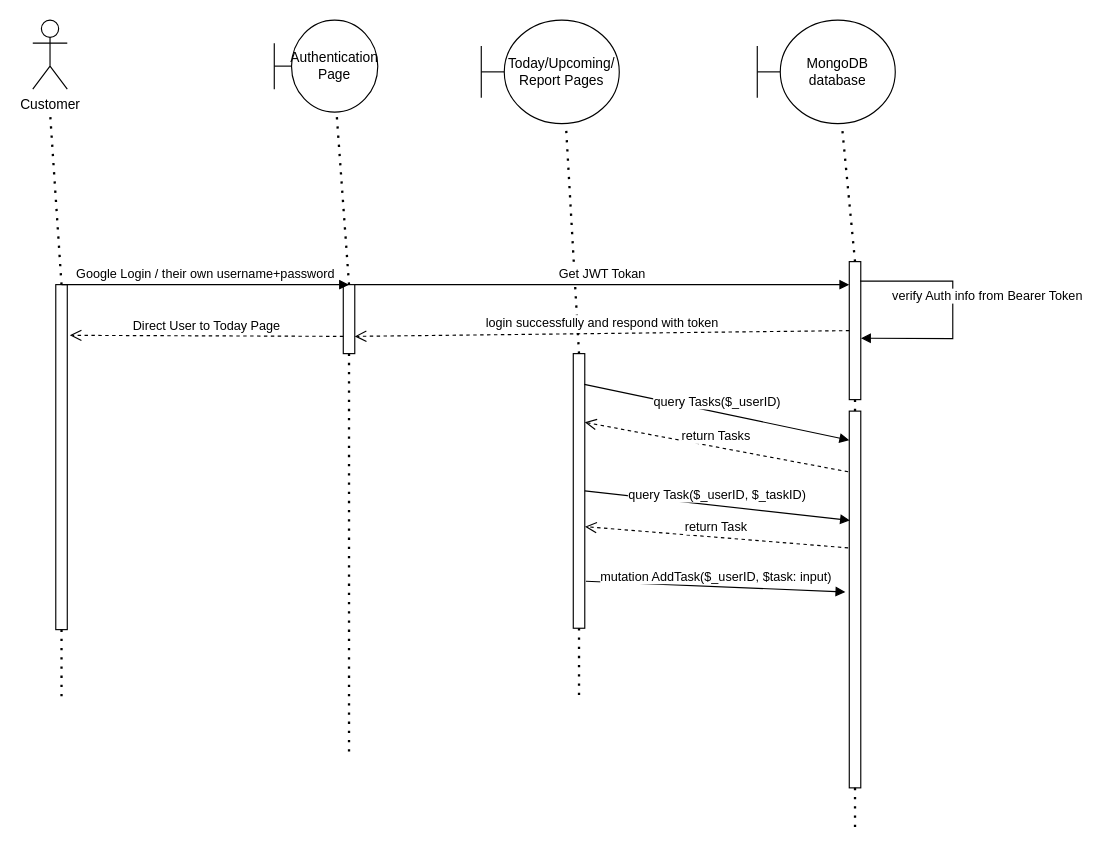
Before: images/Dynamic Model Diagram.drawio in ViNguyen3747/Voice-Powered-Self-Productivity, a draw.io diagram. Source tidied: cells renumbered, new cells numbered last; positions are measured from the earlier drawing's top-left corner, leaving out a move shared by most shapes. Both pictures are drawn from the tidied source at 115%, with x=0, y=0 at pixel (32, 20).
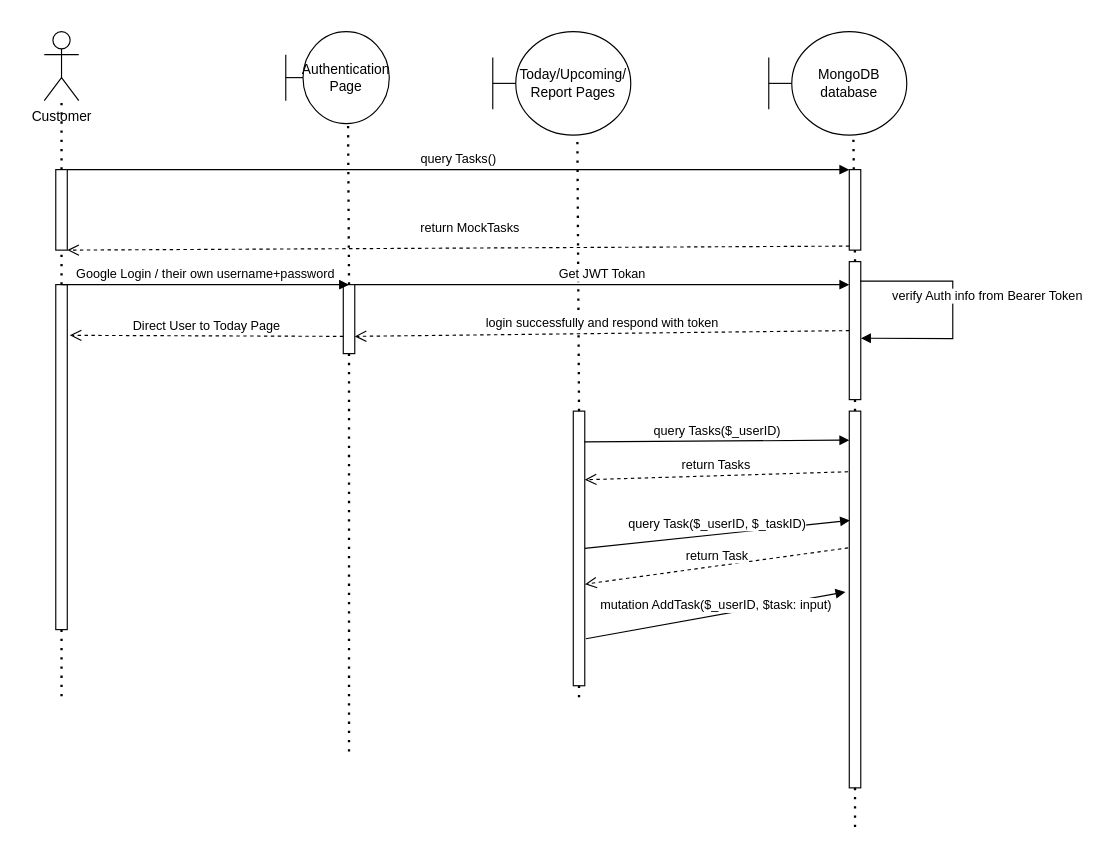
Above is the later version.

The change refers to these unchanged cells:
```xml
<mxCell id="3" style="rounded=0;whiteSpace=wrap;html=1;" parent="1" vertex="1">
  <mxGeometry x="20" y="230" width="10" height="300" as="geometry" />
</mxCell>
```

The edit, as a diff of the source:
```diff
@@
     <mxCell id="2" value="Customer" style="shape=umlActor;verticalLabelPosition=bottom;verticalAlign=top;html=1;outlineConnect=0;" parent="1" vertex="1">
-      <mxGeometry width="30" height="60" as="geometry" />
+      <mxGeometry x="10" y="10" width="30" height="60" as="geometry" />
     </mxCell>
@@
-    <mxCell id="4" style="endArrow=none;dashed=1;html=1;dashPattern=1 3;strokeWidth=2;rounded=0;exitX=0.5;exitY=0;exitDx=0;exitDy=0;" parent="1" edge="1" source="3">
-      <mxGeometry relative="1" as="geometry">
-        <mxPoint x="15" y="80" as="targetPoint" />
-      </mxGeometry>
+    <mxCell id="4" style="endArrow=none;dashed=1;html=1;dashPattern=1 3;strokeWidth=2;rounded=0;exitX=0.5;exitY=0;exitDx=0;exitDy=0;entryX=0.5;entryY=1;entryDx=0;entryDy=0;" parent="1" edge="1" source="3" target="33">
+      <mxGeometry relative="1" as="geometry" />
     </mxCell>
@@
     <mxCell id="6" value="Authentication Page" style="shape=umlBoundary;whiteSpace=wrap;html=1;" parent="1" vertex="1">
-      <mxGeometry x="210" width="90" height="80" as="geometry" />
+      <mxGeometry x="220" y="10" width="90" height="80" as="geometry" />
     </mxCell>
@@
     <mxCell id="10" value="Today/Upcoming/&lt;br&gt;Report Pages" style="shape=umlBoundary;whiteSpace=wrap;html=1;" parent="1" vertex="1">
-      <mxGeometry x="390" width="120" height="90" as="geometry" />
+      <mxGeometry x="400" y="10" width="120" height="90" as="geometry" />
     </mxCell>
     <mxCell id="11" style="rounded=0;whiteSpace=wrap;html=1;" parent="1" vertex="1">
-      <mxGeometry x="470" y="290" width="10" height="238.8" as="geometry" />
+      <mxGeometry x="470" y="340" width="10" height="238.8" as="geometry" />
     </mxCell>
@@
     <mxCell id="14" value="MongoDB database" style="shape=umlBoundary;whiteSpace=wrap;html=1;" parent="1" vertex="1">
-      <mxGeometry x="630" width="120" height="90" as="geometry" />
+      <mxGeometry x="640" y="10" width="120" height="90" as="geometry" />
     </mxCell>
@@
+    <mxCell id="30" style="html=1;points=[];perimeter=orthogonalPerimeter;" parent="1" vertex="1">
+      <mxGeometry x="710" y="130" width="10" height="70" as="geometry" />
+    </mxCell>
+    <mxCell id="31" value="query Tasks()" style="html=1;verticalAlign=bottom;endArrow=block;entryX=0;entryY=0;rounded=0;exitX=1;exitY=0;exitDx=0;exitDy=0;" parent="1" edge="1" source="33" target="30">
+      <mxGeometry relative="1" as="geometry" />
+    </mxCell>
+    <mxCell id="32" value="return MockTasks" style="html=1;verticalAlign=bottom;endArrow=open;dashed=1;endSize=8;exitX=0;exitY=0.95;rounded=0;entryX=1;entryY=1;entryDx=0;entryDy=0;" parent="1" edge="1" source="30" target="33">
+      <mxGeometry x="-0.03" y="-8" relative="1" as="geometry" />
+    </mxCell>
+    <mxCell id="33" style="rounded=0;whiteSpace=wrap;html=1;" parent="1" vertex="1">
+      <mxGeometry x="20" y="130" width="10" height="70" as="geometry" />
+    </mxCell>
+    <mxCell id="34" style="endArrow=none;dashed=1;html=1;dashPattern=1 3;strokeWidth=2;rounded=0;exitX=0.5;exitY=0;exitDx=0;exitDy=0;" parent="1" edge="1" source="33" target="2">
+      <mxGeometry relative="1" as="geometry" />
+    </mxCell>
```
